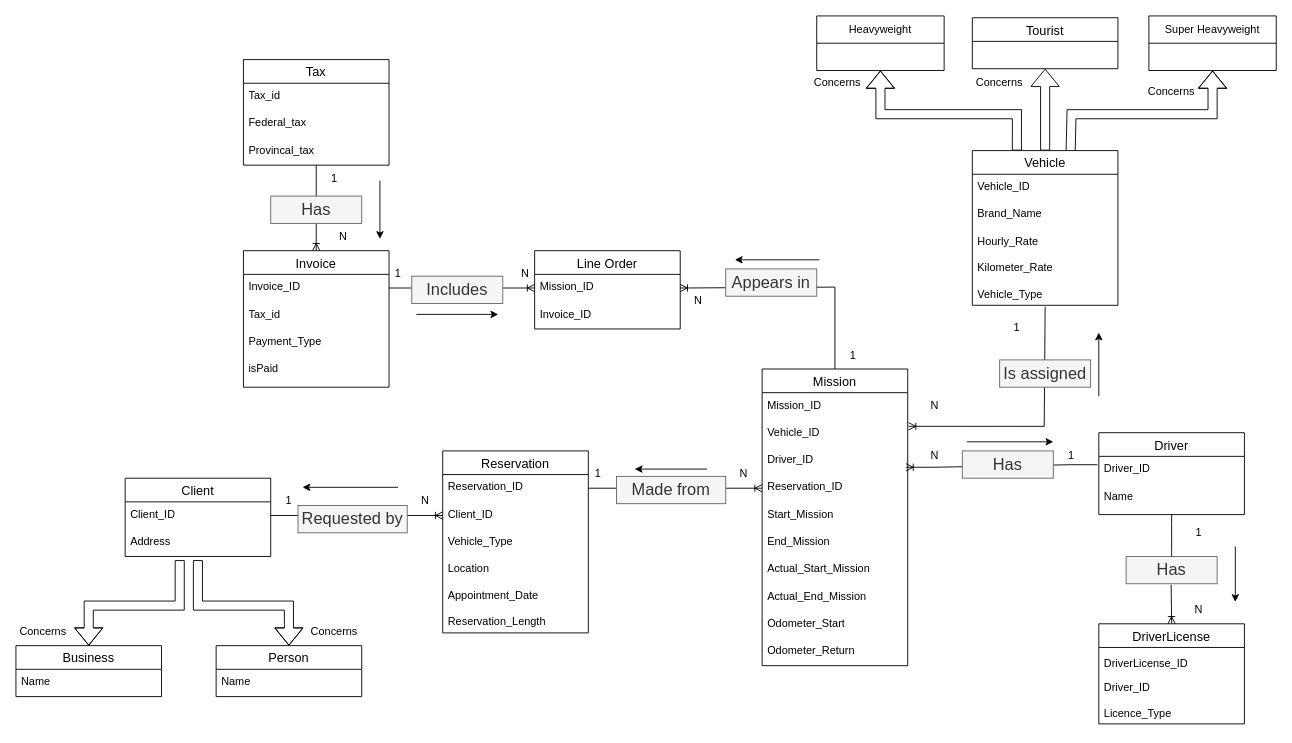
Mishtec/Comp-Project keeps this draw.io diagram as project_conceptual_new.drawio. Above is the earlier version. Source tidied: cells renumbered, new cells numbered last; positions are measured from the earlier drawing's top-left corner, leaving out a move shared by most shapes. Both pictures are drawn from the tidied source at 91%, with x=0, y=0 at pixel (15, 15).
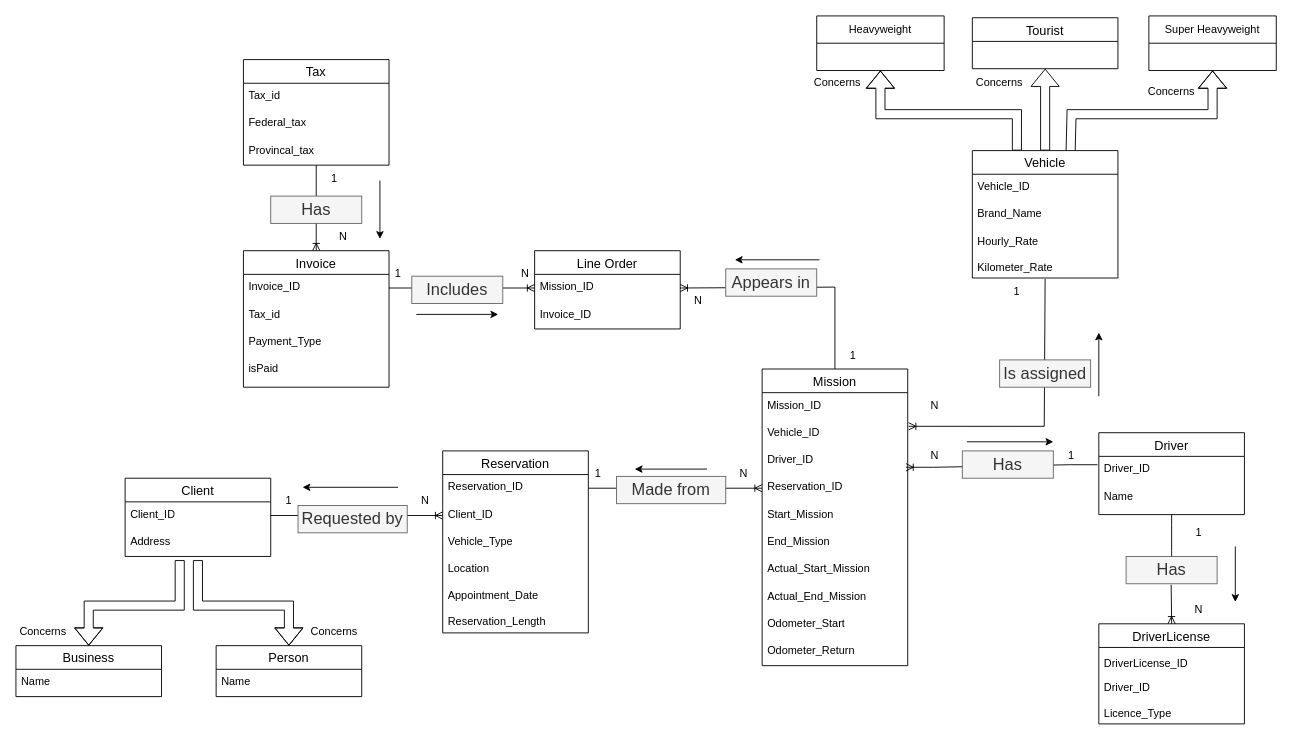
The same page after the edit.

Commit message:
Removed vehicle_type from conceptual Vehicle since that belongs in the logical and beyond

Change to the diagram source:
```diff
@@
     <mxCell id="60" value="Vehicle" style="swimlane;fontStyle=0;horizontal=1;startSize=26;align=center;fontSize=14;" parent="1" vertex="1">
-      <mxGeometry x="1051" y="148" width="160" height="170" as="geometry" />
+      <mxGeometry x="1051" y="148" width="160" height="140" as="geometry" />
     </mxCell>
@@
-    <mxCell id="63" value="&lt;div&gt;Hourly_Rate&lt;br&gt;&lt;/div&gt;&lt;div&gt;&lt;br&gt;&lt;/div&gt;&lt;div&gt;Kilometer_Rate&lt;br&gt;&lt;/div&gt;&lt;div&gt;&lt;br&gt;&lt;/div&gt;&lt;div&gt;Vehicle_Type&lt;br&gt;&lt;/div&gt;" style="text;strokeColor=none;fillColor=none;spacingLeft=4;spacingRight=4;overflow=hidden;points=[[0,0.5],[1,0.5]];portConstraint=eastwest;fontSize=12;whiteSpace=wrap;html=1;" parent="60" vertex="1">
-      <mxGeometry y="86" width="160" height="84" as="geometry" />
+    <mxCell id="63" value="&lt;div&gt;Hourly_Rate&lt;br&gt;&lt;/div&gt;&lt;div&gt;&lt;br&gt;&lt;/div&gt;&lt;div&gt;Kilometer_Rate&lt;/div&gt;" style="text;strokeColor=none;fillColor=none;spacingLeft=4;spacingRight=4;overflow=hidden;points=[[0,0.5],[1,0.5]];portConstraint=eastwest;fontSize=12;whiteSpace=wrap;html=1;" parent="60" vertex="1">
+      <mxGeometry y="86" width="160" height="54" as="geometry" />
     </mxCell>
@@
     <mxCell id="66" value="1" style="text;html=1;strokeColor=none;fillColor=none;align=center;verticalAlign=middle;whiteSpace=wrap;rounded=0;" parent="1" vertex="1">
-      <mxGeometry x="1070" y="328" width="60" height="30" as="geometry" />
+      <mxGeometry x="1070" y="288" width="60" height="30" as="geometry" />
     </mxCell>
```
